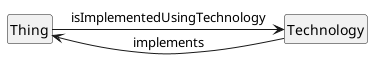
Above: media/overview_Technology.png in jeswr/dpv (PlantUML), before the change.
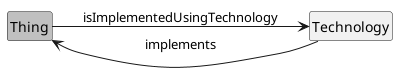
After the change.

Change to the diagram source:
```diff
@@ -1,11 +1,11 @@
 @startuml
 !include style.plantuml
-top to bottom direction
+left to right direction
 
-class Thing
+class Thing #silver
 class Technology
 
-Thing -> Technology: isImplementedUsingTechnology
+Thing --> Technology: isImplementedUsingTechnology
 Technology --> Thing: implements
 
 
```
